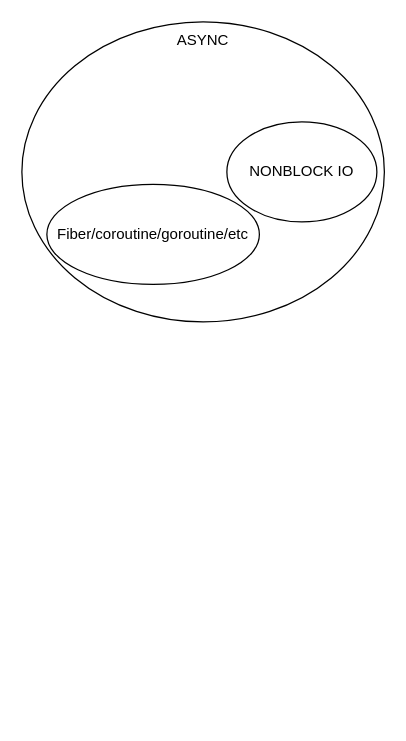
Earlier version of the draw.io diagram io_golangconf.drawio (godzie44/drawio-dump). Source tidied: cells renumbered, new cells numbered last; positions are measured from the earlier drawing's top-left corner, leaving out a move shared by most shapes. Both pictures are drawn from the tidied source at 125%, with x=0, y=0 at pixel (21, 21).
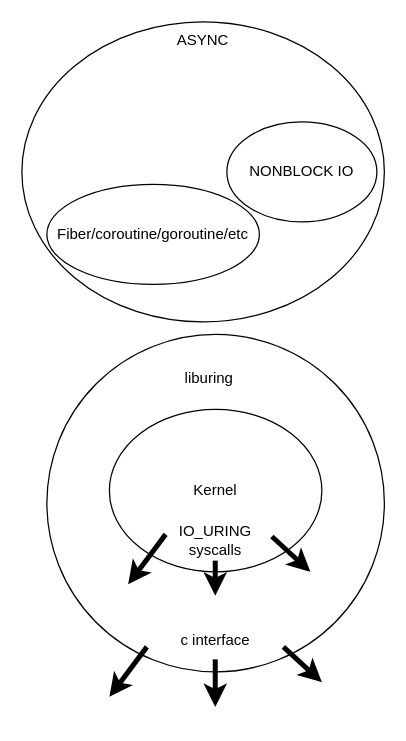
After the change.

The edit, as a diff of the source:
```diff
@@
+    <mxCell id="6" style="ellipse;whiteSpace=wrap;html=1;" parent="1" vertex="1">
+      <mxGeometry x="20" y="250" width="270" height="270" as="geometry" />
+    </mxCell>
@@
+    <mxCell id="7" value="Kernel" style="ellipse;whiteSpace=wrap;html=1;" parent="1" vertex="1">
+      <mxGeometry x="70" y="310" width="170" height="130" as="geometry" />
+    </mxCell>
+    <mxCell id="8" value="IO_URING syscalls" style="text;html=1;align=center;verticalAlign=middle;whiteSpace=wrap;rounded=0;" parent="1" vertex="1">
+      <mxGeometry x="110" y="400" width="90" height="30" as="geometry" />
+    </mxCell>
+    <mxCell id="9" value="liburing" style="text;html=1;align=center;verticalAlign=middle;whiteSpace=wrap;rounded=0;" parent="1" vertex="1">
+      <mxGeometry x="120" y="270" width="60" height="30" as="geometry" />
+    </mxCell>
+    <mxCell id="10" style="endArrow=classic;html=1;rounded=0;strokeWidth=4;" parent="1" edge="1">
+      <mxGeometry relative="1" as="geometry">
+        <mxPoint x="200" y="411.7" as="sourcePoint" />
+        <mxPoint x="230.8" y="440" as="targetPoint" />
+      </mxGeometry>
+    </mxCell>
+    <mxCell id="11" style="endArrow=classic;html=1;rounded=0;strokeWidth=4;" parent="1" edge="1">
+      <mxGeometry relative="1" as="geometry">
+        <mxPoint x="154.7" y="431" as="sourcePoint" />
+        <mxPoint x="154.7" y="459" as="targetPoint" />
+      </mxGeometry>
+    </mxCell>
+    <mxCell id="12" style="endArrow=classic;html=1;rounded=0;strokeWidth=4;" parent="1" edge="1">
+      <mxGeometry relative="1" as="geometry">
+        <mxPoint x="115" y="410" as="sourcePoint" />
+        <mxPoint x="85" y="450" as="targetPoint" />
+      </mxGeometry>
+    </mxCell>
+    <mxCell id="13" style="endArrow=classic;html=1;rounded=0;strokeWidth=4;" parent="1" edge="1">
+      <mxGeometry relative="1" as="geometry">
+        <mxPoint x="154.7" y="510" as="sourcePoint" />
+        <mxPoint x="154.7" y="548" as="targetPoint" />
+      </mxGeometry>
+    </mxCell>
+    <mxCell id="14" style="endArrow=classic;html=1;rounded=0;strokeWidth=4;" parent="1" edge="1">
+      <mxGeometry relative="1" as="geometry">
+        <mxPoint x="209.2" y="500" as="sourcePoint" />
+        <mxPoint x="240" y="528.3" as="targetPoint" />
+      </mxGeometry>
+    </mxCell>
+    <mxCell id="15" style="endArrow=classic;html=1;rounded=0;strokeWidth=4;" parent="1" edge="1">
+      <mxGeometry relative="1" as="geometry">
+        <mxPoint x="100" y="500" as="sourcePoint" />
+        <mxPoint x="70" y="540" as="targetPoint" />
+      </mxGeometry>
+    </mxCell>
+    <mxCell id="16" value="c interface" style="text;html=1;align=center;verticalAlign=middle;whiteSpace=wrap;rounded=0;" parent="1" vertex="1">
+      <mxGeometry x="125" y="480" width="60" height="30" as="geometry" />
+    </mxCell>
```
